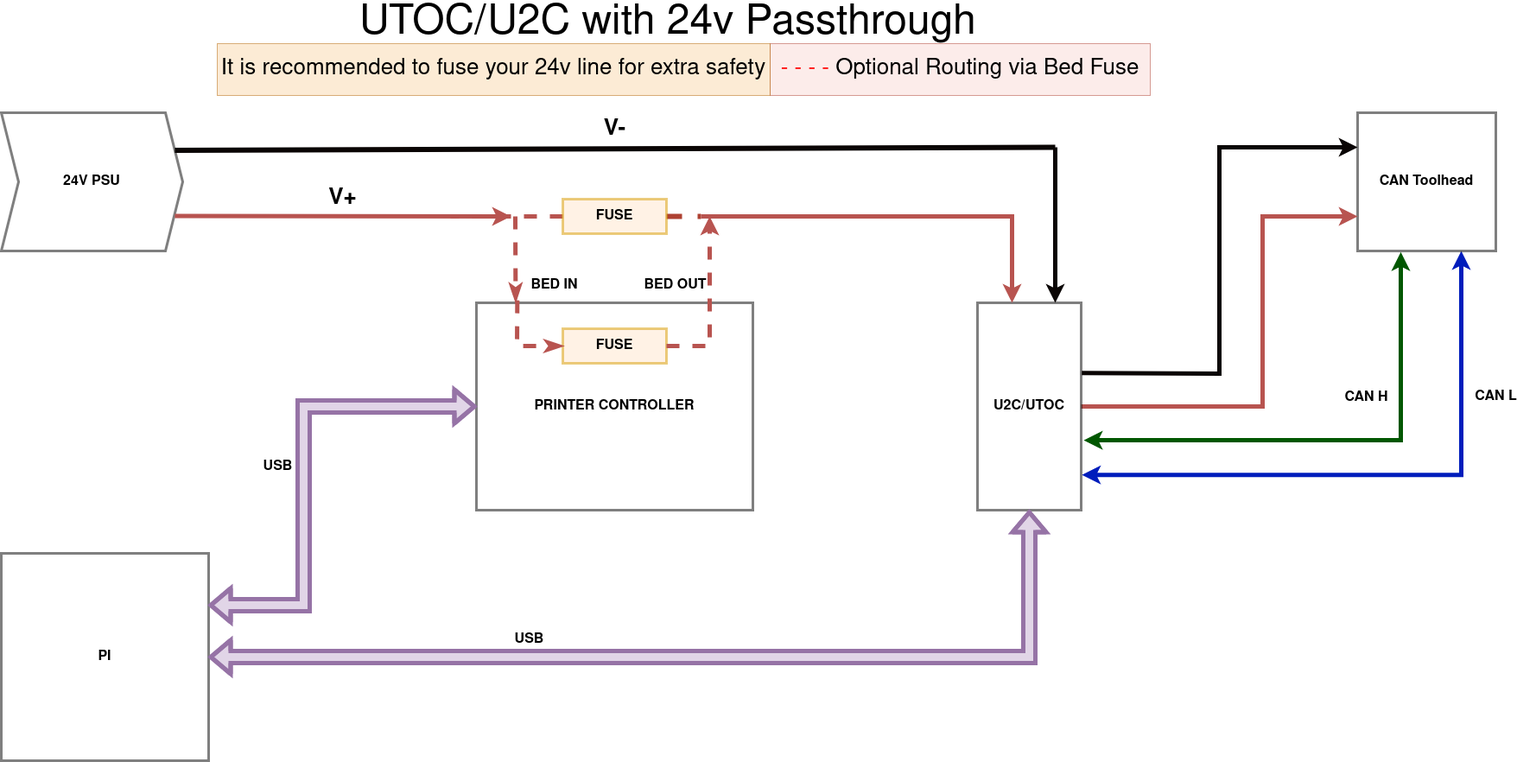
The draw.io diagram images/utoc-u2c-passthrough.drawio.png in maz0r/klipper_canbus, before a commit. Source tidied: cells renumbered, new cells last; positions are measured from the earlier drawing's top-left corner, leaving out a move shared by most shapes. Its diagram source:
```xml
<mxGraphModel>
  <root>
    <mxCell id="0" />
    <mxCell id="1" parent="0" />
    <mxCell id="2" style="edgeStyle=elbowEdgeStyle;rounded=0;jettySize=auto;html=1;labelBackgroundColor=default;fontSize=16;fontColor=none;startArrow=none;startFill=0;endArrow=none;endFill=0;strokeColor=#b85450;strokeWidth=5;dashed=1;fillColor=#f8cecc;" parent="1" edge="1" source="24">
      <mxGeometry relative="1" as="geometry">
        <mxPoint x="520" y="240" as="targetPoint" />
      </mxGeometry>
    </mxCell>
    <mxCell id="3" value="CAN L" style="edgeStyle=elbowEdgeStyle;rounded=0;jettySize=auto;html=1;labelBackgroundColor=default;fontSize=16;fontColor=none;startArrow=classic;startFill=1;endArrow=classic;endFill=1;strokeColor=#001DBC;strokeWidth=5;fillColor=#0050ef;fontStyle=1;entryX=1.007;entryY=0.83;entryDx=0;entryDy=0;entryPerimeter=0;" parent="1" edge="1" source="4" target="14">
      <mxGeometry x="-0.51" y="40" relative="1" as="geometry">
        <Array as="points">
          <mxPoint x="1690" y="410" />
        </Array>
        <mxPoint y="-1" as="offset" />
      </mxGeometry>
    </mxCell>
    <mxCell id="4" value="CAN Toolhead" style="whiteSpace=wrap;html=1;rounded=0;glass=0;labelBorderColor=none;sketch=0;fontSize=16;fontColor=none;strokeColor=default;strokeWidth=3;fillColor=none;opacity=50;fontStyle=1;" parent="1" vertex="1">
      <mxGeometry x="1570" y="120" width="160" height="160" as="geometry" />
    </mxCell>
    <mxCell id="5" value="24V PSU" style="shape=step;perimeter=stepPerimeter;whiteSpace=wrap;html=1;fixedSize=1;rounded=0;glass=0;labelBorderColor=none;sketch=0;fontSize=16;fontColor=none;strokeColor=default;strokeWidth=3;fillColor=none;opacity=50;fontStyle=1;" parent="1" vertex="1">
      <mxGeometry y="120" width="210" height="160" as="geometry" />
    </mxCell>
    <mxCell id="6" value="PRINTER CONTROLLER" style="rounded=0;whiteSpace=wrap;html=1;glass=0;labelBorderColor=none;sketch=0;fontSize=16;fontColor=none;strokeColor=default;strokeWidth=3;fillColor=none;opacity=50;fontStyle=1;" parent="1" vertex="1">
      <mxGeometry x="550" y="340" width="320" height="240" as="geometry" />
    </mxCell>
    <mxCell id="7" style="edgeStyle=elbowEdgeStyle;rounded=0;orthogonalLoop=1;jettySize=auto;html=1;entryX=0.75;entryY=0;entryDx=0;entryDy=0;dashed=1;labelBackgroundColor=none;fontSize=16;fontColor=none;startArrow=none;startFill=0;endArrow=none;endFill=0;strokeColor=#b85450;strokeWidth=5;fillColor=#f8cecc;" parent="1" edge="1" source="6" target="6">
      <mxGeometry relative="1" as="geometry">
        <Array as="points">
          <mxPoint x="670" y="390" />
        </Array>
      </mxGeometry>
    </mxCell>
    <mxCell id="8" value="FUSE" style="rounded=0;whiteSpace=wrap;html=1;glass=0;labelBorderColor=none;sketch=0;fontSize=16;strokeColor=#d79b00;strokeWidth=3;fillColor=#ffe6cc;opacity=50;fontStyle=1;" parent="1" vertex="1">
      <mxGeometry x="650" y="370" width="120" height="40" as="geometry" />
    </mxCell>
    <mxCell id="9" value="BED IN" style="endArrow=classicThin;dashed=1;html=1;rounded=0;labelBackgroundColor=none;fontSize=16;fontColor=none;strokeColor=#b85450;strokeWidth=5;fillColor=#f8cecc;endFill=1;fontStyle=1;entryX=0.22;entryY=-0.005;entryDx=0;entryDy=0;entryPerimeter=0;" parent="1" edge="1">
      <mxGeometry x="0.62" y="45" relative="1" as="geometry">
        <mxPoint x="595" y="240" as="sourcePoint" />
        <mxPoint x="595.4" y="338.8" as="targetPoint" />
      </mxGeometry>
    </mxCell>
    <mxCell id="10" value="BED OUT" style="endArrow=classic;dashed=1;html=1;rounded=0;labelBackgroundColor=none;fontSize=16;fontColor=none;strokeColor=#b85450;strokeWidth=5;exitX=1;exitY=0.5;exitDx=0;exitDy=0;fillColor=#f8cecc;endFill=1;fontStyle=1;" parent="1" edge="1">
      <mxGeometry x="0.2" y="40" relative="1" as="geometry">
        <mxPoint x="770" y="390" as="sourcePoint" />
        <mxPoint x="820" y="240" as="targetPoint" />
        <Array as="points">
          <mxPoint x="820" y="390" />
        </Array>
      </mxGeometry>
    </mxCell>
    <mxCell id="11" style="edgeStyle=elbowEdgeStyle;rounded=0;orthogonalLoop=1;jettySize=auto;html=1;labelBackgroundColor=none;fontSize=16;fontColor=none;startArrow=none;startFill=1;endArrow=none;endFill=0;strokeColor=#b85450;strokeWidth=5;fillColor=#f8cecc;" parent="1" edge="1">
      <mxGeometry relative="1" as="geometry">
        <mxPoint x="820" y="240" as="sourcePoint" />
        <mxPoint x="820" y="240" as="targetPoint" />
        <Array as="points">
          <mxPoint x="1160" y="440" />
          <mxPoint x="1180" y="350" />
          <mxPoint x="1170" y="340" />
        </Array>
      </mxGeometry>
    </mxCell>
    <mxCell id="12" style="edgeStyle=elbowEdgeStyle;rounded=0;jettySize=auto;html=1;labelBackgroundColor=none;fontSize=16;fontColor=none;startArrow=none;startFill=0;endArrow=classic;endFill=1;strokeColor=#b85450;strokeWidth=5;fillColor=#f8cecc;exitX=1;exitY=0.5;exitDx=0;exitDy=0;entryX=0;entryY=0.75;entryDx=0;entryDy=0;" parent="1" edge="1" source="14" target="4">
      <mxGeometry relative="1" as="geometry">
        <Array as="points">
          <mxPoint x="1460" y="240" />
          <mxPoint x="1460" y="350" />
        </Array>
      </mxGeometry>
    </mxCell>
    <mxCell id="13" value="CAN H" style="edgeStyle=elbowEdgeStyle;rounded=0;jettySize=auto;html=1;labelBackgroundColor=default;fontSize=16;fontColor=none;startArrow=classic;startFill=1;endArrow=classic;endFill=1;strokeColor=#005700;strokeWidth=5;fillColor=#008a00;fontStyle=1;exitX=1.025;exitY=0.663;exitDx=0;exitDy=0;exitPerimeter=0;entryX=0.315;entryY=1.008;entryDx=0;entryDy=0;entryPerimeter=0;" parent="1" edge="1" source="14" target="4">
      <mxGeometry x="0.42" y="40" relative="1" as="geometry">
        <Array as="points">
          <mxPoint x="1620" y="560" />
        </Array>
      </mxGeometry>
    </mxCell>
    <mxCell id="14" value="U2C/UTOC" style="rounded=0;whiteSpace=wrap;html=1;glass=0;labelBorderColor=none;sketch=0;fontSize=16;fontColor=none;strokeColor=default;strokeWidth=3;fillColor=none;opacity=50;fontStyle=1;" parent="1" vertex="1">
      <mxGeometry x="1130" y="340" width="120" height="240" as="geometry" />
    </mxCell>
    <mxCell id="15" style="endArrow=none;html=1;rounded=0;labelBackgroundColor=none;fontSize=16;fontColor=none;strokeColor=#0A0504;strokeWidth=5;endFill=0;startArrow=classic;startFill=1;exitX=0.75;exitY=0;exitDx=0;exitDy=0;" parent="1" edge="1" source="14">
      <mxGeometry relative="1" as="geometry">
        <mxPoint x="1220" y="160" as="targetPoint" />
      </mxGeometry>
    </mxCell>
    <mxCell id="16" value="V-" style="endArrow=none;html=1;rounded=0;labelBackgroundColor=none;fontSize=26;fontColor=none;strokeColor=#0A0504;strokeWidth=6;exitX=1;exitY=0.25;exitDx=0;exitDy=0;fontStyle=1;" parent="1" edge="1" source="5">
      <mxGeometry y="22" relative="1" as="geometry">
        <mxPoint x="1220" y="160" as="targetPoint" />
      </mxGeometry>
    </mxCell>
    <mxCell id="17" style="endArrow=none;html=1;rounded=0;labelBackgroundColor=none;fontSize=16;fontColor=none;strokeColor=#0A0504;strokeWidth=5;entryX=1.006;entryY=0.339;entryDx=0;entryDy=0;entryPerimeter=0;endFill=0;startArrow=classic;startFill=1;exitX=0;exitY=0.25;exitDx=0;exitDy=0;" parent="1" edge="1" source="4" target="14">
      <mxGeometry relative="1" as="geometry">
        <Array as="points">
          <mxPoint x="1410" y="160" />
          <mxPoint x="1410" y="422" />
        </Array>
      </mxGeometry>
    </mxCell>
    <mxCell id="18" value="PI" style="rounded=0;whiteSpace=wrap;html=1;glass=0;labelBorderColor=none;sketch=0;fontSize=16;fontColor=none;strokeColor=default;strokeWidth=3;fillColor=none;opacity=50;fontStyle=1;" parent="1" vertex="1">
      <mxGeometry y="630" width="240" height="240" as="geometry" />
    </mxCell>
    <mxCell id="19" value="USB" style="shape=flexArrow;endArrow=classic;startArrow=classic;html=1;rounded=0;labelBackgroundColor=default;fontSize=16;fontColor=none;strokeColor=#9673a6;strokeWidth=5;entryX=0;entryY=0.5;entryDx=0;entryDy=0;exitX=1;exitY=0.25;exitDx=0;exitDy=0;fillColor=#e1d5e7;fontStyle=1;" parent="1" edge="1" source="18" target="6">
      <mxGeometry y="30" relative="1" as="geometry">
        <Array as="points">
          <mxPoint x="350" y="690" />
          <mxPoint x="350" y="460" />
        </Array>
      </mxGeometry>
    </mxCell>
    <mxCell id="20" value="V+" style="endArrow=none;html=1;rounded=0;labelBackgroundColor=default;fontSize=26;fontColor=none;strokeColor=#b85450;strokeWidth=5;fillColor=#f8cecc;entryX=1;entryY=0.75;entryDx=0;entryDy=0;endFill=0;startArrow=classic;startFill=1;fontStyle=1;" parent="1" edge="1">
      <mxGeometry y="-20" relative="1" as="geometry">
        <mxPoint x="590" y="240" as="sourcePoint" />
        <mxPoint x="200.9" y="239.5" as="targetPoint" />
      </mxGeometry>
    </mxCell>
    <mxCell id="21" value="USB" style="shape=flexArrow;endArrow=classic;startArrow=classic;html=1;rounded=0;labelBackgroundColor=default;fontSize=16;fontColor=none;strokeColor=#9673a6;strokeWidth=5;entryX=1;entryY=0.5;entryDx=0;entryDy=0;exitX=0.5;exitY=1;exitDx=0;exitDy=0;fillColor=#e1d5e7;fontStyle=1;" parent="1" edge="1" source="14" target="18">
      <mxGeometry x="0.34" y="-20" relative="1" as="geometry">
        <Array as="points">
          <mxPoint x="1190" y="750" />
        </Array>
        <mxPoint x="1" as="offset" />
      </mxGeometry>
    </mxCell>
    <mxCell id="22" style="endArrow=classicThin;dashed=1;html=1;rounded=0;labelBackgroundColor=none;fontSize=16;fontColor=none;strokeColor=#b85450;strokeWidth=5;fillColor=#f8cecc;endFill=1;fontStyle=1;entryX=0;entryY=0.5;entryDx=0;entryDy=0;exitX=0.226;exitY=-0.012;exitDx=0;exitDy=0;exitPerimeter=0;" parent="1" edge="1" target="8">
      <mxGeometry x="0.75" y="-40" relative="1" as="geometry">
        <mxPoint x="597.3" y="337.1" as="sourcePoint" />
        <Array as="points">
          <mxPoint x="597" y="390" />
        </Array>
      </mxGeometry>
    </mxCell>
    <mxCell id="23" style="edgeStyle=elbowEdgeStyle;rounded=0;jettySize=auto;html=1;labelBackgroundColor=default;fontSize=26;fontColor=#FF1414;startArrow=none;startFill=0;endArrow=none;endFill=0;strokeColor=#ae4132;strokeWidth=6;fillColor=#fad9d5;dashed=1;" parent="1" edge="1" source="24">
      <mxGeometry relative="1" as="geometry">
        <mxPoint x="810" y="240" as="targetPoint" />
      </mxGeometry>
    </mxCell>
    <mxCell id="24" value="FUSE" style="rounded=0;whiteSpace=wrap;html=1;glass=0;labelBorderColor=none;sketch=0;fontSize=16;strokeColor=#d79b00;strokeWidth=3;fillColor=#ffe6cc;opacity=50;fontStyle=1;" parent="1" vertex="1">
      <mxGeometry x="650" y="220" width="120" height="40" as="geometry" />
    </mxCell>
    <mxCell id="25" style="edgeStyle=elbowEdgeStyle;rounded=0;jettySize=auto;html=1;labelBackgroundColor=none;fontSize=16;fontColor=none;startArrow=classic;startFill=1;endArrow=none;endFill=0;strokeColor=#b85450;strokeWidth=5;fillColor=#f8cecc;" parent="1" edge="1" source="14">
      <mxGeometry relative="1" as="geometry">
        <mxPoint x="810" y="240" as="targetPoint" />
        <Array as="points">
          <mxPoint x="1170" y="450" />
        </Array>
      </mxGeometry>
    </mxCell>
    <mxCell id="26" value="UTOC/U2C with 24v Passthrough" style="text;html=1;strokeColor=none;fillColor=none;spacing=5;spacingTop=-20;whiteSpace=wrap;overflow=hidden;rounded=0;glass=0;labelBorderColor=none;sketch=0;fontSize=48;fontColor=none;opacity=50;" parent="1" vertex="1">
      <mxGeometry x="410" width="750" height="40" as="geometry" />
    </mxCell>
    <mxCell id="27" value="&lt;font color=&quot;#FF1414&quot;&gt;- - - - &lt;/font&gt;Optional Routing via Bed Fuse" style="text;html=1;strokeColor=#ae4132;fillColor=#fad9d5;align=center;verticalAlign=middle;whiteSpace=wrap;rounded=0;glass=0;labelBorderColor=none;sketch=0;fontSize=26;opacity=50;fontStyle=0;" parent="1" vertex="1">
      <mxGeometry x="890" y="40" width="440" height="60" as="geometry" />
    </mxCell>
    <mxCell id="28" value="It is recommended to fuse your 24v line for extra safety" style="text;html=1;strokeColor=#b46504;fillColor=#fad7ac;align=center;verticalAlign=middle;whiteSpace=wrap;rounded=0;glass=0;labelBorderColor=none;sketch=0;fontSize=26;opacity=50;" parent="1" vertex="1">
      <mxGeometry x="250" y="40" width="640" height="60" as="geometry" />
    </mxCell>
  </root>
</mxGraphModel>
```
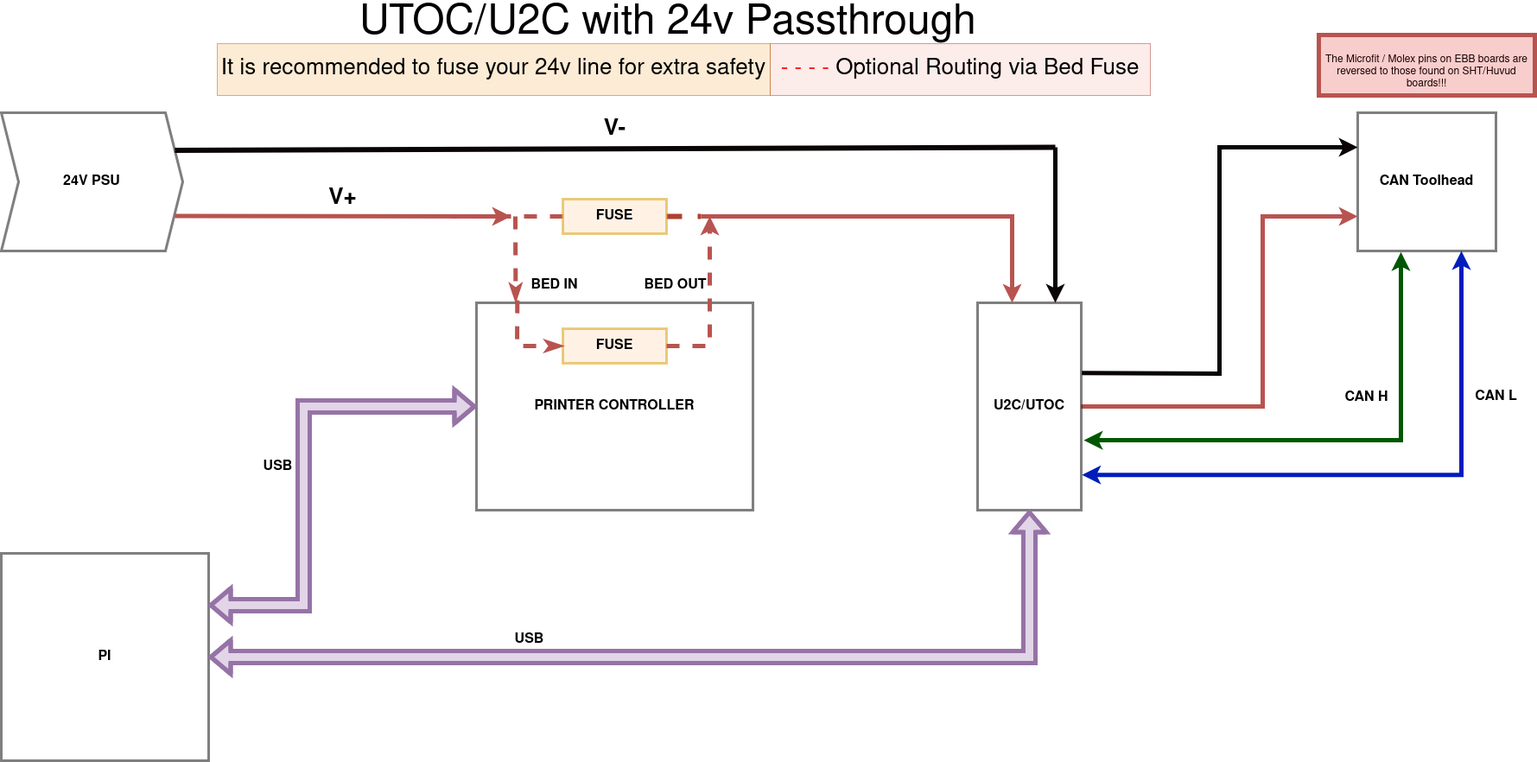
After the commit.

What changed in the source:
```diff
@@ -154,5 +154,8 @@
     <mxCell id="28" value="It is recommended to fuse your 24v line for extra safety" style="text;html=1;strokeColor=#b46504;fillColor=#fad7ac;align=center;verticalAlign=middle;whiteSpace=wrap;rounded=0;glass=0;labelBorderColor=none;sketch=0;fontSize=26;opacity=50;" parent="1" vertex="1">
       <mxGeometry x="250" y="40" width="640" height="60" as="geometry" />
     </mxCell>
+    <mxCell id="29" value="&lt;div style=&quot;font-size: 12px;&quot;&gt;&lt;font style=&quot;font-size: 12px;&quot; color=&quot;#1A0101&quot;&gt;The Microfit / Molex pins on EBB boards are reversed to those found on SHT/Huvud boards!!!&lt;/font&gt;&lt;/div&gt;" style="text;html=1;strokeColor=#b85450;fillColor=#f8cecc;spacing=5;spacingTop=-20;whiteSpace=wrap;overflow=hidden;rounded=0;fontSize=12;align=center;verticalAlign=bottom;strokeWidth=5;labelPosition=center;verticalLabelPosition=middle;" parent="1" vertex="1">
+      <mxGeometry x="1525" y="30" width="250" height="70" as="geometry" />
+    </mxCell>
   </root>
 </mxGraphModel>
```
